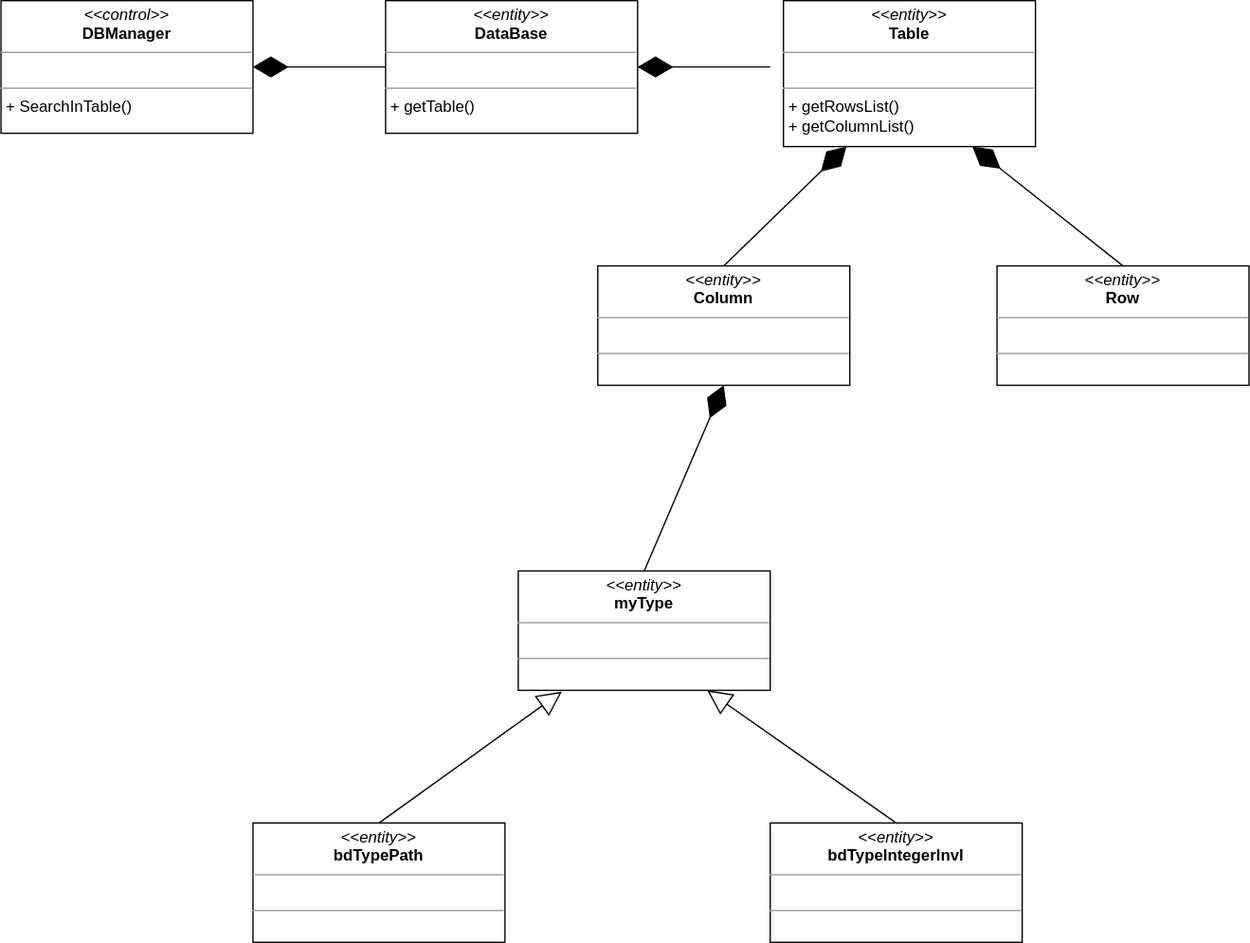
The draw.io diagram 1etap/1diagram.svg in Afformativ/ITLAB, before a commit. Source tidied: cells renumbered, new cells last; positions are measured from the earlier drawing's top-left corner, leaving out a move shared by most shapes.
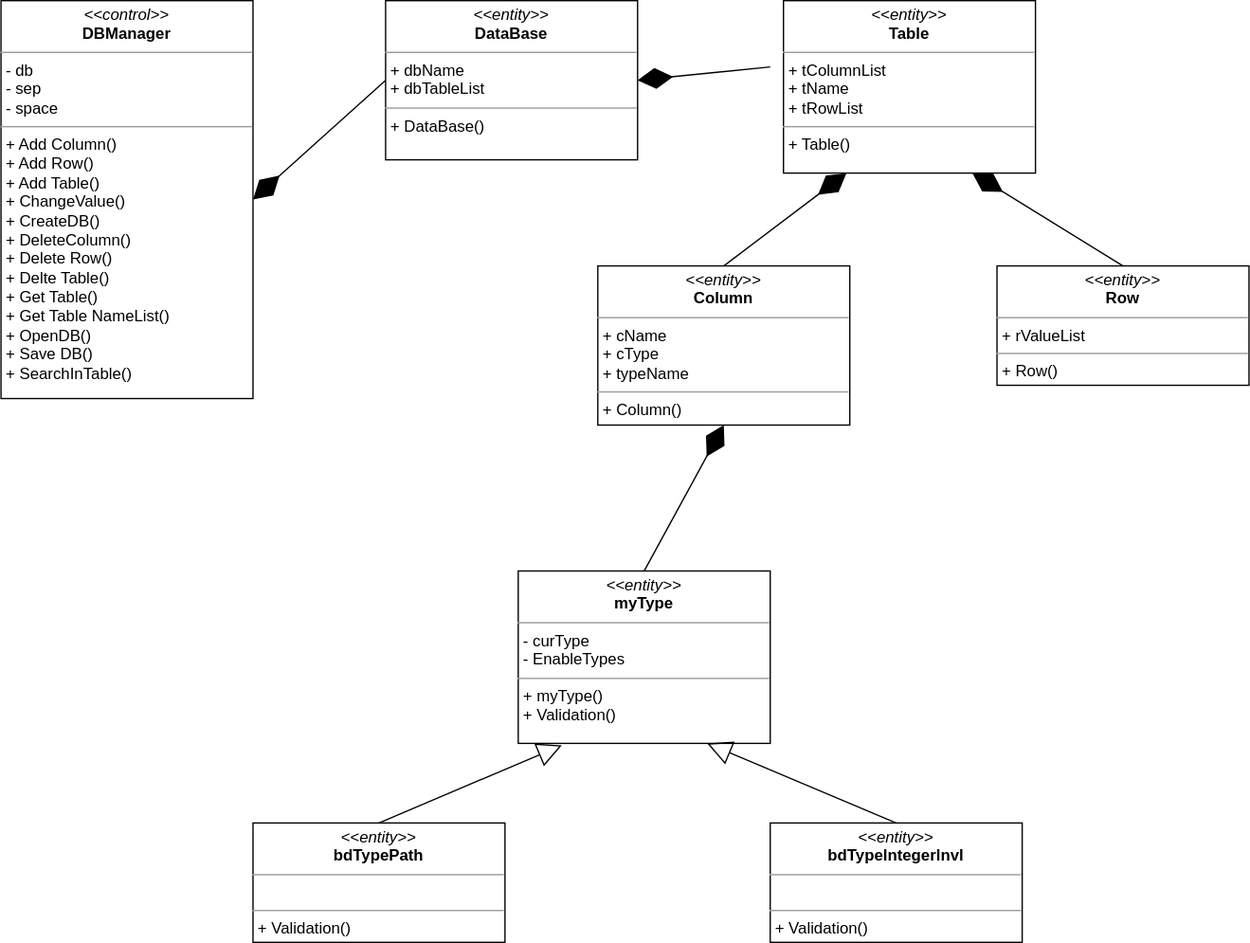
After the change.

Diff of the diagram source:
```diff
@@ -2,37 +2,37 @@
   <root>
     <mxCell id="0" />
     <mxCell id="1" parent="0" />
-    <mxCell id="2" value="&lt;p style=&quot;margin:0px;margin-top:4px;text-align:center;&quot;&gt;&lt;i&gt;&amp;lt;&amp;lt;control&amp;gt;&amp;gt;&lt;/i&gt;&lt;br&gt;&lt;b&gt;DBManager&lt;/b&gt;&lt;/p&gt;&lt;hr size=&quot;1&quot;&gt;&lt;p style=&quot;margin:0px;margin-left:4px;&quot;&gt;&lt;br&gt;&lt;/p&gt;&lt;hr size=&quot;1&quot;&gt;&lt;p style=&quot;margin:0px;margin-left:4px;&quot;&gt;+ SearchInTable()&lt;/p&gt;" style="verticalAlign=top;align=left;overflow=fill;fontSize=12;fontFamily=Helvetica;html=1;" parent="1" vertex="1">
-      <mxGeometry width="190" height="100" as="geometry" />
+    <mxCell id="2" value="&lt;p style=&quot;margin:0px;margin-top:4px;text-align:center;&quot;&gt;&lt;i&gt;&amp;lt;&amp;lt;control&amp;gt;&amp;gt;&lt;/i&gt;&lt;br&gt;&lt;b&gt;DBManager&lt;/b&gt;&lt;/p&gt;&lt;hr size=&quot;1&quot;&gt;&lt;p style=&quot;margin:0px;margin-left:4px;&quot;&gt;- db&lt;/p&gt;&lt;p style=&quot;margin:0px;margin-left:4px;&quot;&gt;- sep&lt;/p&gt;&lt;p style=&quot;margin:0px;margin-left:4px;&quot;&gt;- space&lt;/p&gt;&lt;hr size=&quot;1&quot;&gt;&lt;p style=&quot;margin:0px;margin-left:4px;&quot;&gt;+ Add Column()&lt;/p&gt;&lt;p style=&quot;margin:0px;margin-left:4px;&quot;&gt;+ Add Row()&lt;/p&gt;&lt;p style=&quot;margin:0px;margin-left:4px;&quot;&gt;+ Add Table()&lt;/p&gt;&lt;p style=&quot;margin:0px;margin-left:4px;&quot;&gt;+ ChangeValue()&lt;/p&gt;&lt;p style=&quot;margin:0px;margin-left:4px;&quot;&gt;+ CreateDB()&lt;/p&gt;&lt;p style=&quot;margin:0px;margin-left:4px;&quot;&gt;+ DeleteColumn()&lt;/p&gt;&lt;p style=&quot;margin:0px;margin-left:4px;&quot;&gt;+ Delete Row()&lt;/p&gt;&lt;p style=&quot;margin:0px;margin-left:4px;&quot;&gt;+ Delte Table()&lt;/p&gt;&lt;p style=&quot;margin:0px;margin-left:4px;&quot;&gt;+ Get Table()&lt;/p&gt;&lt;p style=&quot;margin:0px;margin-left:4px;&quot;&gt;+ Get Table NameList()&lt;/p&gt;&lt;p style=&quot;margin:0px;margin-left:4px;&quot;&gt;+ OpenDB()&lt;/p&gt;&lt;p style=&quot;margin:0px;margin-left:4px;&quot;&gt;+ Save DB()&lt;/p&gt;&lt;p style=&quot;margin:0px;margin-left:4px;&quot;&gt;+ SearchInTable()&lt;/p&gt;" style="verticalAlign=top;align=left;overflow=fill;fontSize=12;fontFamily=Helvetica;html=1;" parent="1" vertex="1">
+      <mxGeometry width="190" height="300" as="geometry" />
     </mxCell>
     <mxCell id="3" style="endArrow=diamondThin;endFill=1;endSize=24;html=1;rounded=0;entryX=1;entryY=0.5;entryDx=0;entryDy=0;exitX=0;exitY=0.5;exitDx=0;exitDy=0;" parent="1" edge="1" source="4" target="2">
       <mxGeometry relative="1" as="geometry" />
     </mxCell>
-    <mxCell id="4" value="&lt;p style=&quot;margin:0px;margin-top:4px;text-align:center;&quot;&gt;&lt;i&gt;&amp;lt;&amp;lt;entity&amp;gt;&amp;gt;&lt;/i&gt;&lt;br&gt;&lt;b&gt;DataBase&lt;/b&gt;&lt;/p&gt;&lt;hr size=&quot;1&quot;&gt;&lt;p style=&quot;margin:0px;margin-left:4px;&quot;&gt;&lt;br&gt;&lt;/p&gt;&lt;hr size=&quot;1&quot;&gt;&lt;p style=&quot;margin:0px;margin-left:4px;&quot;&gt;+ getTable()&lt;/p&gt;" style="verticalAlign=top;align=left;overflow=fill;fontSize=12;fontFamily=Helvetica;html=1;" parent="1" vertex="1">
-      <mxGeometry x="290" width="190" height="100" as="geometry" />
+    <mxCell id="4" value="&lt;p style=&quot;margin:0px;margin-top:4px;text-align:center;&quot;&gt;&lt;i&gt;&amp;lt;&amp;lt;entity&amp;gt;&amp;gt;&lt;/i&gt;&lt;br&gt;&lt;b&gt;DataBase&lt;/b&gt;&lt;/p&gt;&lt;hr size=&quot;1&quot;&gt;&lt;p style=&quot;margin:0px;margin-left:4px;&quot;&gt;+ dbName&lt;/p&gt;&lt;p style=&quot;margin:0px;margin-left:4px;&quot;&gt;+ dbTableList&lt;/p&gt;&lt;hr size=&quot;1&quot;&gt;&lt;p style=&quot;margin:0px;margin-left:4px;&quot;&gt;+ DataBase()&lt;/p&gt;" style="verticalAlign=top;align=left;overflow=fill;fontSize=12;fontFamily=Helvetica;html=1;" parent="1" vertex="1">
+      <mxGeometry x="290" width="190" height="120" as="geometry" />
     </mxCell>
     <mxCell id="5" style="endArrow=diamondThin;endFill=1;endSize=24;html=1;rounded=0;entryX=1;entryY=0.5;entryDx=0;entryDy=0;" parent="1" edge="1" target="4">
       <mxGeometry relative="1" as="geometry">
         <mxPoint x="580" y="50" as="sourcePoint" />
       </mxGeometry>
     </mxCell>
-    <mxCell id="6" value="&lt;p style=&quot;margin:0px;margin-top:4px;text-align:center;&quot;&gt;&lt;i&gt;&amp;lt;&amp;lt;entity&amp;gt;&amp;gt;&lt;/i&gt;&lt;br&gt;&lt;b&gt;Table&lt;/b&gt;&lt;/p&gt;&lt;hr size=&quot;1&quot;&gt;&lt;p style=&quot;margin:0px;margin-left:4px;&quot;&gt;&lt;br&gt;&lt;/p&gt;&lt;hr size=&quot;1&quot;&gt;&lt;p style=&quot;margin:0px;margin-left:4px;&quot;&gt;+ getRowsList()&lt;/p&gt;&lt;p style=&quot;margin:0px;margin-left:4px;&quot;&gt;+ getColumnList()&lt;/p&gt;" style="verticalAlign=top;align=left;overflow=fill;fontSize=12;fontFamily=Helvetica;html=1;" parent="1" vertex="1">
-      <mxGeometry x="590" width="190" height="110" as="geometry" />
+    <mxCell id="6" value="&lt;p style=&quot;margin:0px;margin-top:4px;text-align:center;&quot;&gt;&lt;i&gt;&amp;lt;&amp;lt;entity&amp;gt;&amp;gt;&lt;/i&gt;&lt;br&gt;&lt;b&gt;Table&lt;/b&gt;&lt;/p&gt;&lt;hr size=&quot;1&quot;&gt;&lt;p style=&quot;margin:0px;margin-left:4px;&quot;&gt;+ tColumnList&lt;/p&gt;&lt;p style=&quot;margin:0px;margin-left:4px;&quot;&gt;+ tName&lt;/p&gt;&lt;p style=&quot;margin:0px;margin-left:4px;&quot;&gt;+ tRowList&lt;/p&gt;&lt;hr size=&quot;1&quot;&gt;&lt;p style=&quot;margin:0px;margin-left:4px;&quot;&gt;+ Table()&lt;/p&gt;" style="verticalAlign=top;align=left;overflow=fill;fontSize=12;fontFamily=Helvetica;html=1;" parent="1" vertex="1">
+      <mxGeometry x="590" width="190" height="130" as="geometry" />
     </mxCell>
     <mxCell id="7" style="endArrow=diamondThin;endFill=1;endSize=24;html=1;rounded=0;entryX=0.25;entryY=1;entryDx=0;entryDy=0;exitX=0.5;exitY=0;exitDx=0;exitDy=0;" parent="1" edge="1" source="8" target="6">
       <mxGeometry relative="1" as="geometry" />
     </mxCell>
-    <mxCell id="8" value="&lt;p style=&quot;margin:0px;margin-top:4px;text-align:center;&quot;&gt;&lt;i&gt;&amp;lt;&amp;lt;entity&amp;gt;&amp;gt;&lt;/i&gt;&lt;br&gt;&lt;b&gt;Column&lt;/b&gt;&lt;/p&gt;&lt;hr size=&quot;1&quot;&gt;&lt;p style=&quot;margin:0px;margin-left:4px;&quot;&gt;&lt;br&gt;&lt;/p&gt;&lt;hr size=&quot;1&quot;&gt;&lt;p style=&quot;margin:0px;margin-left:4px;&quot;&gt;&lt;br&gt;&lt;/p&gt;" style="verticalAlign=top;align=left;overflow=fill;fontSize=12;fontFamily=Helvetica;html=1;" parent="1" vertex="1">
-      <mxGeometry x="450" y="200" width="190" height="90" as="geometry" />
+    <mxCell id="8" value="&lt;p style=&quot;margin:0px;margin-top:4px;text-align:center;&quot;&gt;&lt;i&gt;&amp;lt;&amp;lt;entity&amp;gt;&amp;gt;&lt;/i&gt;&lt;br&gt;&lt;b&gt;Column&lt;/b&gt;&lt;/p&gt;&lt;hr size=&quot;1&quot;&gt;&lt;p style=&quot;margin:0px;margin-left:4px;&quot;&gt;+ cName&lt;/p&gt;&lt;p style=&quot;margin:0px;margin-left:4px;&quot;&gt;+ cType&lt;/p&gt;&lt;p style=&quot;margin:0px;margin-left:4px;&quot;&gt;+ typeName&lt;/p&gt;&lt;hr size=&quot;1&quot;&gt;&lt;p style=&quot;margin:0px;margin-left:4px;&quot;&gt;+ Column()&lt;/p&gt;" style="verticalAlign=top;align=left;overflow=fill;fontSize=12;fontFamily=Helvetica;html=1;" parent="1" vertex="1">
+      <mxGeometry x="450" y="200" width="190" height="120" as="geometry" />
     </mxCell>
-    <mxCell id="9" value="&lt;p style=&quot;margin:0px;margin-top:4px;text-align:center;&quot;&gt;&lt;i&gt;&amp;lt;&amp;lt;entity&amp;gt;&amp;gt;&lt;/i&gt;&lt;br&gt;&lt;b&gt;Row&lt;/b&gt;&lt;/p&gt;&lt;hr size=&quot;1&quot;&gt;&lt;p style=&quot;margin:0px;margin-left:4px;&quot;&gt;&lt;br&gt;&lt;/p&gt;&lt;hr size=&quot;1&quot;&gt;&lt;p style=&quot;margin:0px;margin-left:4px;&quot;&gt;&lt;br&gt;&lt;/p&gt;" style="verticalAlign=top;align=left;overflow=fill;fontSize=12;fontFamily=Helvetica;html=1;" parent="1" vertex="1">
+    <mxCell id="9" value="&lt;p style=&quot;margin:0px;margin-top:4px;text-align:center;&quot;&gt;&lt;i&gt;&amp;lt;&amp;lt;entity&amp;gt;&amp;gt;&lt;/i&gt;&lt;br&gt;&lt;b&gt;Row&lt;/b&gt;&lt;/p&gt;&lt;hr size=&quot;1&quot;&gt;&lt;p style=&quot;margin:0px;margin-left:4px;&quot;&gt;+ rValueList&lt;/p&gt;&lt;hr size=&quot;1&quot;&gt;&lt;p style=&quot;margin:0px;margin-left:4px;&quot;&gt;+ Row()&lt;/p&gt;" style="verticalAlign=top;align=left;overflow=fill;fontSize=12;fontFamily=Helvetica;html=1;" parent="1" vertex="1">
       <mxGeometry x="751" y="200" width="190" height="90" as="geometry" />
     </mxCell>
     <mxCell id="10" style="endArrow=diamondThin;endFill=1;endSize=24;html=1;rounded=0;entryX=0.75;entryY=1;entryDx=0;entryDy=0;exitX=0.5;exitY=0;exitDx=0;exitDy=0;" parent="1" edge="1" source="9" target="6">
       <mxGeometry relative="1" as="geometry" />
     </mxCell>
-    <mxCell id="11" value="&lt;p style=&quot;margin:0px;margin-top:4px;text-align:center;&quot;&gt;&lt;i&gt;&amp;lt;&amp;lt;entity&amp;gt;&amp;gt;&lt;/i&gt;&lt;br&gt;&lt;b&gt;myType&lt;/b&gt;&lt;/p&gt;&lt;hr size=&quot;1&quot;&gt;&lt;p style=&quot;margin:0px;margin-left:4px;&quot;&gt;&lt;br&gt;&lt;/p&gt;&lt;hr size=&quot;1&quot;&gt;&lt;p style=&quot;margin:0px;margin-left:4px;&quot;&gt;&lt;br&gt;&lt;/p&gt;" style="verticalAlign=top;align=left;overflow=fill;fontSize=12;fontFamily=Helvetica;html=1;" parent="1" vertex="1">
-      <mxGeometry x="390" y="430" width="190" height="90" as="geometry" />
+    <mxCell id="11" value="&lt;p style=&quot;margin:0px;margin-top:4px;text-align:center;&quot;&gt;&lt;i&gt;&amp;lt;&amp;lt;entity&amp;gt;&amp;gt;&lt;/i&gt;&lt;br&gt;&lt;b&gt;myType&lt;/b&gt;&lt;/p&gt;&lt;hr size=&quot;1&quot;&gt;&lt;p style=&quot;margin:0px;margin-left:4px;&quot;&gt;- curType&lt;/p&gt;&lt;p style=&quot;margin:0px;margin-left:4px;&quot;&gt;- EnableTypes&lt;/p&gt;&lt;hr size=&quot;1&quot;&gt;&lt;p style=&quot;margin:0px;margin-left:4px;&quot;&gt;+ myType()&lt;/p&gt;&lt;p style=&quot;margin:0px;margin-left:4px;&quot;&gt;+ Validation()&lt;/p&gt;" style="verticalAlign=top;align=left;overflow=fill;fontSize=12;fontFamily=Helvetica;html=1;" parent="1" vertex="1">
+      <mxGeometry x="390" y="430" width="190" height="130" as="geometry" />
     </mxCell>
     <mxCell id="12" style="endArrow=diamondThin;endFill=1;endSize=24;html=1;rounded=0;entryX=0.5;entryY=1;entryDx=0;entryDy=0;exitX=0.5;exitY=0;exitDx=0;exitDy=0;" parent="1" edge="1" source="11" target="8">
       <mxGeometry relative="1" as="geometry" />
@@ -40,10 +40,10 @@
     <mxCell id="13" style="endArrow=block;endSize=16;endFill=0;html=1;rounded=0;entryX=0.173;entryY=1.011;entryDx=0;entryDy=0;entryPerimeter=0;exitX=0.5;exitY=0;exitDx=0;exitDy=0;" parent="1" edge="1" source="14" target="11">
       <mxGeometry relative="1" as="geometry" />
     </mxCell>
-    <mxCell id="14" value="&lt;p style=&quot;margin:0px;margin-top:4px;text-align:center;&quot;&gt;&lt;i&gt;&amp;lt;&amp;lt;entity&amp;gt;&amp;gt;&lt;/i&gt;&lt;br&gt;&lt;b&gt;bdTypePath&lt;/b&gt;&lt;/p&gt;&lt;hr size=&quot;1&quot;&gt;&lt;p style=&quot;margin:0px;margin-left:4px;&quot;&gt;&lt;br&gt;&lt;/p&gt;&lt;hr size=&quot;1&quot;&gt;&lt;p style=&quot;margin:0px;margin-left:4px;&quot;&gt;&lt;br&gt;&lt;/p&gt;" style="verticalAlign=top;align=left;overflow=fill;fontSize=12;fontFamily=Helvetica;html=1;" parent="1" vertex="1">
+    <mxCell id="14" value="&lt;p style=&quot;margin:0px;margin-top:4px;text-align:center;&quot;&gt;&lt;i&gt;&amp;lt;&amp;lt;entity&amp;gt;&amp;gt;&lt;/i&gt;&lt;br&gt;&lt;b&gt;bdTypePath&lt;/b&gt;&lt;/p&gt;&lt;hr size=&quot;1&quot;&gt;&lt;p style=&quot;margin:0px;margin-left:4px;&quot;&gt;&lt;br&gt;&lt;/p&gt;&lt;hr size=&quot;1&quot;&gt;&lt;p style=&quot;margin:0px;margin-left:4px;&quot;&gt;+ Validation()&lt;/p&gt;" style="verticalAlign=top;align=left;overflow=fill;fontSize=12;fontFamily=Helvetica;html=1;" parent="1" vertex="1">
       <mxGeometry x="190" y="620" width="190" height="90" as="geometry" />
     </mxCell>
-    <mxCell id="15" value="&lt;p style=&quot;margin:0px;margin-top:4px;text-align:center;&quot;&gt;&lt;i&gt;&amp;lt;&amp;lt;entity&amp;gt;&amp;gt;&lt;/i&gt;&lt;br&gt;&lt;b&gt;bdTypeIntegerlnvl&lt;/b&gt;&lt;/p&gt;&lt;hr size=&quot;1&quot;&gt;&lt;p style=&quot;margin:0px;margin-left:4px;&quot;&gt;&lt;br&gt;&lt;/p&gt;&lt;hr size=&quot;1&quot;&gt;&lt;p style=&quot;margin:0px;margin-left:4px;&quot;&gt;&lt;br&gt;&lt;/p&gt;" style="verticalAlign=top;align=left;overflow=fill;fontSize=12;fontFamily=Helvetica;html=1;" parent="1" vertex="1">
+    <mxCell id="15" value="&lt;p style=&quot;margin:0px;margin-top:4px;text-align:center;&quot;&gt;&lt;i&gt;&amp;lt;&amp;lt;entity&amp;gt;&amp;gt;&lt;/i&gt;&lt;br&gt;&lt;b&gt;bdTypeIntegerlnvl&lt;/b&gt;&lt;/p&gt;&lt;hr size=&quot;1&quot;&gt;&lt;p style=&quot;margin:0px;margin-left:4px;&quot;&gt;&lt;br&gt;&lt;/p&gt;&lt;hr size=&quot;1&quot;&gt;&lt;p style=&quot;margin:0px;margin-left:4px;&quot;&gt;+ Validation()&lt;/p&gt;" style="verticalAlign=top;align=left;overflow=fill;fontSize=12;fontFamily=Helvetica;html=1;" parent="1" vertex="1">
       <mxGeometry x="580" y="620" width="190" height="90" as="geometry" />
     </mxCell>
     <mxCell id="16" style="endArrow=block;endSize=16;endFill=0;html=1;rounded=0;entryX=0.75;entryY=1;entryDx=0;entryDy=0;exitX=0.5;exitY=0;exitDx=0;exitDy=0;" parent="1" edge="1" source="15" target="11">
```
